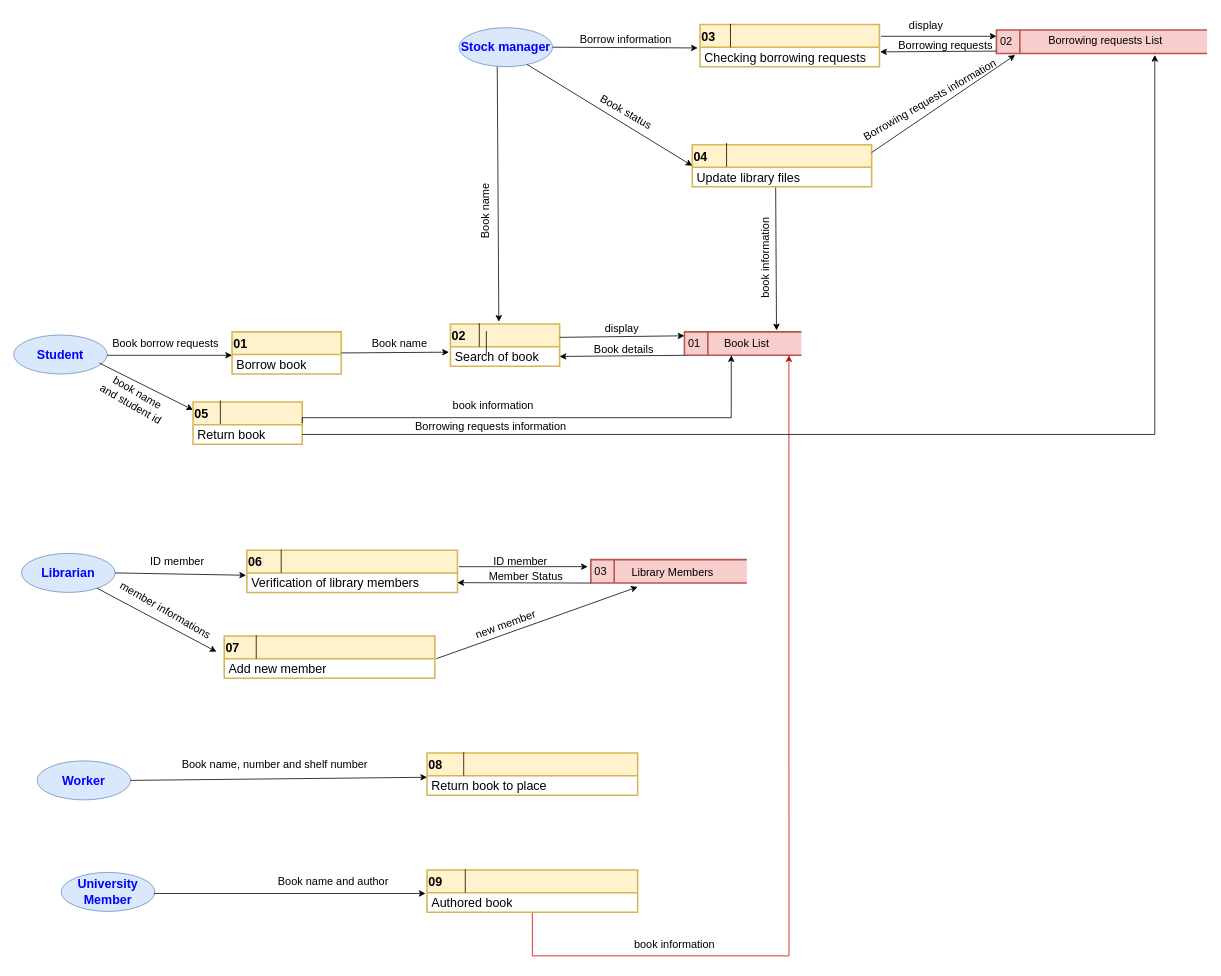
Before: L1.drawio in doaa517/Diagrams, a draw.io diagram. Source tidied: cells renumbered, new cells numbered last; positions are measured from the earlier drawing's top-left corner, leaving out a move shared by most shapes. Both pictures are drawn from the tidied source at 78%, with x=0, y=0 at pixel (13, 13).
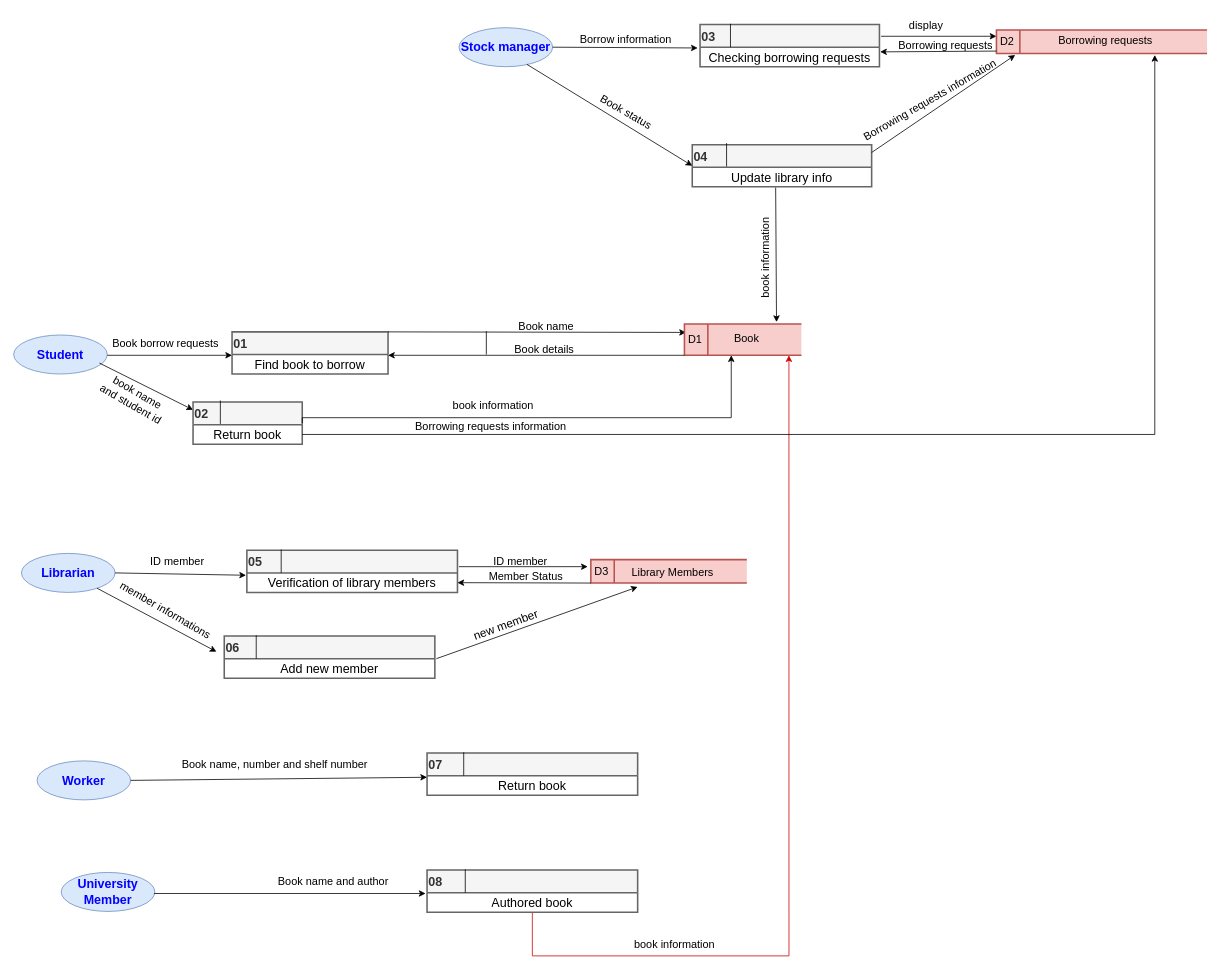
The same page after the edit.

The edit, as a diff of the source:
```diff
@@
-    <mxCell id="8" value="&lt;div align=&quot;left&quot;&gt;01&lt;/div&gt;" style="swimlane;fontStyle=1;align=left;verticalAlign=middle;horizontal=1;startSize=29;html=1;fontSize=16;strokeWidth=2;fillColor=#fff2cc;strokeColor=#d6b656;" parent="1" vertex="1">
-      <mxGeometry x="280" y="408" width="140" height="54" as="geometry" />
+    <mxCell id="8" value="&lt;div align=&quot;left&quot;&gt;01&lt;/div&gt;" style="swimlane;fontStyle=1;align=left;verticalAlign=middle;horizontal=1;startSize=29;html=1;fontSize=16;strokeWidth=2;fillColor=#f5f5f5;strokeColor=#666666;fontColor=#333333;" parent="1" vertex="1">
+      <mxGeometry x="280" y="408" width="200" height="54" as="geometry" />
     </mxCell>
-    <mxCell id="9" value="&lt;div&gt;&lt;font color=&quot;#000000&quot;&gt;Borrow book&lt;/font&gt;&lt;/div&gt;" style="text;html=1;strokeColor=none;fillColor=none;align=left;verticalAlign=middle;spacingLeft=4;spacingRight=4;overflow=hidden;fontSize=16;fontColor=#0000FF;" parent="8" vertex="1">
-      <mxGeometry y="29" width="140" height="25" as="geometry" />
+    <mxCell id="9" value="&lt;font color=&quot;#000000&quot;&gt;Find book to borrow&lt;/font&gt;" style="text;html=1;strokeColor=none;fillColor=none;align=center;verticalAlign=middle;spacingLeft=4;spacingRight=4;overflow=hidden;fontSize=16;fontColor=#0000FF;" parent="8" vertex="1">
+      <mxGeometry y="29" width="200" height="25" as="geometry" />
     </mxCell>
@@
-    <mxCell id="13" value="&lt;div align=&quot;left&quot;&gt;05&lt;/div&gt;" style="swimlane;fontStyle=1;align=left;verticalAlign=middle;horizontal=1;startSize=29;html=1;fontSize=16;strokeWidth=2;fillColor=#fff2cc;strokeColor=#d6b656;" parent="1" vertex="1">
+    <mxCell id="13" value="02" style="swimlane;fontStyle=1;align=left;verticalAlign=middle;horizontal=1;startSize=29;html=1;fontSize=16;strokeWidth=2;fillColor=#f5f5f5;strokeColor=#666666;fontColor=#333333;" parent="1" vertex="1">
       <mxGeometry x="230" y="498" width="140" height="54" as="geometry" />
     </mxCell>
-    <mxCell id="14" value="&lt;div&gt;&lt;font color=&quot;#000000&quot;&gt;Return book&lt;/font&gt;&lt;/div&gt;" style="text;html=1;strokeColor=none;fillColor=none;align=left;verticalAlign=middle;spacingLeft=4;spacingRight=4;overflow=hidden;points=[[0,0.5],[1,0.5]];portConstraint=eastwest;fontSize=16;fontColor=#0000FF;" parent="13" vertex="1">
+    <mxCell id="14" value="&lt;div align=&quot;center&quot;&gt;&lt;font color=&quot;#000000&quot;&gt;Return book&lt;/font&gt;&lt;/div&gt;" style="text;html=1;strokeColor=none;fillColor=none;align=center;verticalAlign=middle;spacingLeft=4;spacingRight=4;overflow=hidden;points=[[0,0.5],[1,0.5]];portConstraint=eastwest;fontSize=16;fontColor=#0000FF;" parent="13" vertex="1">
       <mxGeometry y="29" width="140" height="25" as="geometry" />
     </mxCell>
-    <mxCell id="15" value="&lt;div align=&quot;left&quot;&gt;02&lt;/div&gt;" style="swimlane;fontStyle=1;align=left;verticalAlign=middle;horizontal=1;startSize=29;html=1;fontSize=16;strokeWidth=2;fillColor=#fff2cc;strokeColor=#d6b656;" parent="1" vertex="1">
-      <mxGeometry x="560" y="398" width="140" height="54" as="geometry" />
-    </mxCell>
-    <mxCell id="16" value="&lt;div&gt;&lt;font color=&quot;#000000&quot;&gt;Search of book&lt;/font&gt;&lt;/div&gt;" style="text;html=1;strokeColor=none;fillColor=none;align=left;verticalAlign=middle;spacingLeft=4;spacingRight=4;overflow=hidden;points=[[0,0.5],[1,0.5]];portConstraint=eastwest;fontSize=16;fontColor=#0000FF;" parent="15" vertex="1">
-      <mxGeometry y="29" width="140" height="25" as="geometry" />
-    </mxCell>
-    <mxCell id="17" style="endArrow=classic;html=1;rounded=0;fontSize=14;fontColor=#000000;entryX=-0.014;entryY=0.28;entryDx=0;entryDy=0;exitX=1;exitY=0.5;exitDx=0;exitDy=0;entryPerimeter=0;" parent="1" edge="1" source="8" target="16">
+    <mxCell id="17" style="endArrow=classic;html=1;rounded=0;fontSize=14;fontColor=#000000;entryX=0.013;entryY=0.267;entryDx=0;entryDy=0;exitX=1;exitY=0;exitDx=0;exitDy=0;entryPerimeter=0;" parent="1" edge="1" source="8" target="22">
       <mxGeometry relative="1" as="geometry" />
     </mxCell>
     <mxCell id="18" value="Book name" style="text;html=1;strokeColor=none;fillColor=none;align=center;verticalAlign=middle;whiteSpace=wrap;rounded=0;strokeWidth=2;fontSize=14;fontColor=#000000;" parent="1" vertex="1">
-      <mxGeometry x="450" y="408" width="90" height="30" as="geometry" />
+      <mxGeometry x="638" y="386" width="90" height="30" as="geometry" />
     </mxCell>
-    <mxCell id="19" style="endArrow=classic;html=1;rounded=0;fontSize=14;fontColor=#000000;entryX=0.443;entryY=-0.056;entryDx=0;entryDy=0;entryPerimeter=0;" parent="1" edge="1" target="15">
-      <mxGeometry relative="1" as="geometry">
-        <mxPoint x="620" y="68" as="sourcePoint" />
-      </mxGeometry>
-    </mxCell>
-    <mxCell id="20" style="endArrow=classic;html=1;rounded=0;fontSize=14;fontColor=#000000;entryX=0;entryY=0.5;entryDx=0;entryDy=0;exitX=1;exitY=0.5;exitDx=0;exitDy=0;" parent="1" edge="1">
-      <mxGeometry relative="1" as="geometry">
-        <mxPoint x="700" y="415" as="sourcePoint" />
-        <mxPoint x="860" y="413" as="targetPoint" />
-      </mxGeometry>
-    </mxCell>
-    <mxCell id="21" value="Book name" style="text;html=1;strokeColor=none;fillColor=none;align=center;verticalAlign=middle;whiteSpace=wrap;rounded=0;strokeWidth=2;fontSize=14;fontColor=#000000;rotation=-90;" parent="1" vertex="1">
-      <mxGeometry x="560" y="238" width="90" height="30" as="geometry" />
-    </mxCell>
-    <mxCell id="22" value="01" style="html=1;dashed=0;whitespace=wrap;shape=mxgraph.dfd.dataStoreID;align=left;spacingLeft=3;points=[[0,0],[0.5,0],[1,0],[0,0.5],[1,0.5],[0,1],[0.5,1],[1,1]];strokeWidth=2;fontSize=14;fillColor=#f8cecc;strokeColor=#b85450;" parent="1" vertex="1">
-      <mxGeometry x="860" y="408" width="150" height="30" as="geometry" />
+    <mxCell id="22" value="D1" style="html=1;dashed=0;whitespace=wrap;shape=mxgraph.dfd.dataStoreID;align=left;spacingLeft=3;points=[[0,0],[0.5,0],[1,0],[0,0.5],[1,0.5],[0,1],[0.5,1],[1,1]];strokeWidth=2;fontSize=14;fillColor=#f8cecc;strokeColor=#b85450;" parent="1" vertex="1">
+      <mxGeometry x="860" y="398" width="150" height="40" as="geometry" />
     </mxCell>
-    <mxCell id="23" value="Book List" style="text;html=1;strokeColor=none;fillColor=none;align=center;verticalAlign=middle;whiteSpace=wrap;rounded=0;strokeWidth=2;fontSize=14;fontColor=#000000;" parent="1" vertex="1">
-      <mxGeometry x="910" y="408" width="60" height="30" as="geometry" />
+    <mxCell id="23" value="Book" style="text;html=1;strokeColor=none;fillColor=none;align=center;verticalAlign=middle;whiteSpace=wrap;rounded=0;strokeWidth=2;fontSize=14;fontColor=#000000;" parent="1" vertex="1">
+      <mxGeometry x="910" y="401" width="60" height="30" as="geometry" />
     </mxCell>
-    <mxCell id="24" value="display" style="text;html=1;strokeColor=none;fillColor=none;align=center;verticalAlign=middle;whiteSpace=wrap;rounded=0;strokeWidth=2;fontSize=14;fontColor=#000000;" parent="1" vertex="1">
-      <mxGeometry x="750" y="389" width="60" height="30" as="geometry" />
-    </mxCell>
@@
-    <mxCell id="26" value="&lt;div align=&quot;left&quot;&gt;03&lt;/div&gt;" style="swimlane;fontStyle=1;align=left;verticalAlign=middle;horizontal=1;startSize=29;html=1;fontSize=16;strokeWidth=2;fillColor=#fff2cc;strokeColor=#d6b656;" parent="1" vertex="1">
+    <mxCell id="26" value="&lt;div align=&quot;left&quot;&gt;03&lt;/div&gt;" style="swimlane;fontStyle=1;align=left;verticalAlign=middle;horizontal=1;startSize=29;html=1;fontSize=16;strokeWidth=2;fillColor=#f5f5f5;strokeColor=#666666;fontColor=#333333;" parent="1" vertex="1">
       <mxGeometry x="880" y="14" width="230" height="54" as="geometry" />
     </mxCell>
-    <mxCell id="27" value="&lt;font color=&quot;#000000&quot;&gt;Checking borrowing requests&lt;/font&gt;" style="text;html=1;strokeColor=none;fillColor=none;align=left;verticalAlign=middle;spacingLeft=4;spacingRight=4;overflow=hidden;points=[[0,0.5],[1,0.5]];portConstraint=eastwest;fontSize=16;fontColor=#0000FF;" parent="26" vertex="1">
+    <mxCell id="27" value="&lt;font color=&quot;#000000&quot;&gt;Checking borrowing requests&lt;/font&gt;" style="text;html=1;strokeColor=none;fillColor=none;align=center;verticalAlign=middle;spacingLeft=4;spacingRight=4;overflow=hidden;points=[[0,0.5],[1,0.5]];portConstraint=eastwest;fontSize=16;fontColor=#0000FF;" parent="26" vertex="1">
       <mxGeometry y="29" width="230" height="25" as="geometry" />
     </mxCell>
@@
-    <mxCell id="33" value="02" style="html=1;dashed=0;whitespace=wrap;shape=mxgraph.dfd.dataStoreID;align=left;spacingLeft=3;points=[[0,0],[0.5,0],[1,0],[0,0.5],[1,0.5],[0,1],[0.5,1],[1,1]];strokeWidth=2;fontSize=14;fillColor=#f8cecc;strokeColor=#b85450;" parent="1" vertex="1">
+    <mxCell id="33" value="D2" style="html=1;dashed=0;whitespace=wrap;shape=mxgraph.dfd.dataStoreID;align=left;spacingLeft=3;points=[[0,0],[0.5,0],[1,0],[0,0.5],[1,0.5],[0,1],[0.5,1],[1,1]];strokeWidth=2;fontSize=14;fillColor=#f8cecc;strokeColor=#b85450;" parent="1" vertex="1">
       <mxGeometry x="1260" y="21" width="270" height="30" as="geometry" />
     </mxCell>
-    <mxCell id="34" value="&lt;font color=&quot;#000000&quot;&gt;Borrowing requests &lt;/font&gt;List" style="text;html=1;strokeColor=none;fillColor=none;align=center;verticalAlign=middle;whiteSpace=wrap;rounded=0;strokeWidth=2;fontSize=14;fontColor=#000000;" parent="1" vertex="1">
+    <mxCell id="34" value="&lt;font color=&quot;#000000&quot;&gt;Borrowing requests&lt;/font&gt;" style="text;html=1;strokeColor=none;fillColor=none;align=center;verticalAlign=middle;whiteSpace=wrap;rounded=0;strokeWidth=2;fontSize=14;fontColor=#000000;" parent="1" vertex="1">
       <mxGeometry x="1310" y="20" width="180" height="30" as="geometry" />
     </mxCell>
-    <mxCell id="35" value="&lt;div align=&quot;left&quot;&gt;04&lt;/div&gt;" style="swimlane;fontStyle=1;align=left;verticalAlign=middle;horizontal=1;startSize=29;html=1;fontSize=16;strokeWidth=2;fillColor=#fff2cc;strokeColor=#d6b656;" parent="1" vertex="1">
+    <mxCell id="35" value="&lt;div align=&quot;left&quot;&gt;04&lt;/div&gt;" style="swimlane;fontStyle=1;align=left;verticalAlign=middle;horizontal=1;startSize=29;html=1;fontSize=16;strokeWidth=2;fillColor=#f5f5f5;strokeColor=#666666;fontColor=#333333;" parent="1" vertex="1">
       <mxGeometry x="870" y="168" width="230" height="54" as="geometry" />
     </mxCell>
-    <mxCell id="36" value="&lt;font color=&quot;#000000&quot;&gt;Update library files&lt;/font&gt;" style="text;html=1;strokeColor=none;fillColor=none;align=left;verticalAlign=middle;spacingLeft=4;spacingRight=4;overflow=hidden;points=[[0,0.5],[1,0.5]];portConstraint=eastwest;fontSize=16;fontColor=#0000FF;" parent="35" vertex="1">
+    <mxCell id="36" value="&lt;font color=&quot;#000000&quot;&gt;Update library info&lt;/font&gt;" style="text;html=1;strokeColor=none;fillColor=none;align=center;verticalAlign=middle;spacingLeft=4;spacingRight=4;overflow=hidden;points=[[0,0.5],[1,0.5]];portConstraint=eastwest;fontSize=16;fontColor=#0000FF;" parent="35" vertex="1">
       <mxGeometry y="29" width="230" height="25" as="geometry" />
     </mxCell>
@@
-    <mxCell id="45" style="endArrow=classic;html=1;rounded=0;fontSize=14;fontColor=#000000;exitX=0;exitY=1;exitDx=0;exitDy=0;entryX=1;entryY=0.5;entryDx=0;entryDy=0;" parent="1" edge="1" source="22" target="16">
-      <mxGeometry relative="1" as="geometry" />
+    <mxCell id="45" style="endArrow=classic;html=1;rounded=0;fontSize=14;fontColor=#000000;exitX=0;exitY=1;exitDx=0;exitDy=0;" parent="1" edge="1" source="22">
+      <mxGeometry relative="1" as="geometry">
+        <mxPoint x="480" y="438" as="targetPoint" />
+      </mxGeometry>
     </mxCell>
     <mxCell id="46" value="Book details" style="text;html=1;strokeColor=none;fillColor=none;align=center;verticalAlign=middle;whiteSpace=wrap;rounded=0;strokeWidth=2;fontSize=14;fontColor=#000000;" parent="1" vertex="1">
-      <mxGeometry x="740" y="416" width="85" height="30" as="geometry" />
+      <mxGeometry x="638" y="416" width="85" height="30" as="geometry" />
     </mxCell>
-    <mxCell id="47" style="endArrow=classic;html=1;rounded=0;fontSize=14;fontColor=#000000;entryX=0.167;entryY=1;entryDx=0;entryDy=0;entryPerimeter=0;exitX=1;exitY=0.5;exitDx=0;exitDy=0;edgeStyle=orthogonalEdgeStyle;" parent="1" edge="1" source="13" target="23">
+    <mxCell id="47" style="endArrow=classic;html=1;rounded=0;fontSize=14;fontColor=#000000;exitX=1;exitY=0.5;exitDx=0;exitDy=0;edgeStyle=orthogonalEdgeStyle;" parent="1" edge="1" source="13">
       <mxGeometry relative="1" as="geometry">
+        <mxPoint x="920" y="438" as="targetPoint" />
         <Array as="points">
           <mxPoint x="370" y="518" />
           <mxPoint x="920" y="518" />
         </Array>
       </mxGeometry>
     </mxCell>
@@
-    <mxCell id="51" value="&lt;div align=&quot;left&quot;&gt;06&lt;/div&gt;" style="swimlane;fontStyle=1;align=left;verticalAlign=middle;horizontal=1;startSize=29;html=1;fontSize=16;strokeWidth=2;fillColor=#fff2cc;strokeColor=#d6b656;" parent="1" vertex="1">
+    <mxCell id="51" value="05" style="swimlane;fontStyle=1;align=left;verticalAlign=middle;horizontal=1;startSize=29;html=1;fontSize=16;strokeWidth=2;fillColor=#f5f5f5;strokeColor=#666666;fontColor=#333333;" parent="1" vertex="1">
       <mxGeometry x="299" y="688" width="270" height="54" as="geometry" />
     </mxCell>
-    <mxCell id="52" value="&lt;font color=&quot;#000000&quot;&gt;Verification of library members&lt;/font&gt;" style="text;html=1;strokeColor=none;fillColor=none;align=left;verticalAlign=middle;spacingLeft=4;spacingRight=4;overflow=hidden;points=[[0,0.5],[1,0.5]];portConstraint=eastwest;fontSize=16;fontColor=#0000FF;" parent="51" vertex="1">
+    <mxCell id="52" value="&lt;font color=&quot;#000000&quot;&gt;Verification of library members&lt;/font&gt;" style="text;html=1;strokeColor=none;fillColor=none;align=center;verticalAlign=middle;spacingLeft=4;spacingRight=4;overflow=hidden;points=[[0,0.5],[1,0.5]];portConstraint=eastwest;fontSize=16;fontColor=#0000FF;" parent="51" vertex="1">
       <mxGeometry y="29" width="270" height="25" as="geometry" />
     </mxCell>
@@
-    <mxCell id="55" value="03" style="html=1;dashed=0;whitespace=wrap;shape=mxgraph.dfd.dataStoreID;align=left;spacingLeft=3;points=[[0,0],[0.5,0],[1,0],[0,0.5],[1,0.5],[0,1],[0.5,1],[1,1]];strokeWidth=2;fontSize=14;fillColor=#f8cecc;strokeColor=#b85450;" parent="1" vertex="1">
+    <mxCell id="55" value="&lt;div align=&quot;left&quot;&gt;D3&lt;/div&gt;" style="html=1;dashed=0;whitespace=wrap;shape=mxgraph.dfd.dataStoreID;align=left;spacingLeft=3;points=[[0,0],[0.5,0],[1,0],[0,0.5],[1,0.5],[0,1],[0.5,1],[1,1]];strokeWidth=2;fontSize=14;fillColor=#f8cecc;strokeColor=#b85450;" parent="1" vertex="1">
       <mxGeometry x="740" y="700" width="200" height="30" as="geometry" />
     </mxCell>
@@
-    <mxCell id="63" value="&lt;div align=&quot;left&quot;&gt;07&lt;/div&gt;" style="swimlane;fontStyle=1;align=left;verticalAlign=middle;horizontal=1;startSize=29;html=1;fontSize=16;strokeWidth=2;fillColor=#fff2cc;strokeColor=#d6b656;" parent="1" vertex="1">
+    <mxCell id="63" value="06" style="swimlane;fontStyle=1;align=left;verticalAlign=middle;horizontal=1;startSize=29;html=1;fontSize=16;strokeWidth=2;fillColor=#f5f5f5;strokeColor=#666666;fontColor=#333333;" parent="1" vertex="1">
       <mxGeometry x="270" y="798" width="270" height="54" as="geometry" />
     </mxCell>
-    <mxCell id="64" value="&lt;font color=&quot;#000000&quot;&gt;Add new member&lt;/font&gt;" style="text;html=1;strokeColor=none;fillColor=none;align=left;verticalAlign=middle;spacingLeft=4;spacingRight=4;overflow=hidden;points=[[0,0.5],[1,0.5]];portConstraint=eastwest;fontSize=16;fontColor=#0000FF;" parent="63" vertex="1">
+    <mxCell id="64" value="&lt;font color=&quot;#000000&quot;&gt;Add new member&lt;/font&gt;" style="text;html=1;strokeColor=none;fillColor=none;align=center;verticalAlign=middle;spacingLeft=4;spacingRight=4;overflow=hidden;points=[[0,0.5],[1,0.5]];portConstraint=eastwest;fontSize=16;fontColor=#0000FF;" parent="63" vertex="1">
       <mxGeometry y="29" width="270" height="25" as="geometry" />
     </mxCell>
@@
-    <mxCell id="66" value="&lt;font color=&quot;#000000&quot;&gt;new member&lt;/font&gt;" style="text;html=1;strokeColor=none;fillColor=none;align=center;verticalAlign=middle;whiteSpace=wrap;rounded=0;strokeWidth=2;fontSize=14;fontColor=#000000;rotation=-20;" parent="1" vertex="1">
+    <mxCell id="66" value="&lt;font style=&quot;font-size: 15px;&quot; color=&quot;#000000&quot;&gt;new member&lt;/font&gt;" style="text;html=1;strokeColor=none;fillColor=none;align=center;verticalAlign=middle;whiteSpace=wrap;rounded=0;strokeWidth=2;fontSize=14;fontColor=#000000;rotation=-20;" parent="1" vertex="1">
       <mxGeometry x="534" y="768" width="194" height="30" as="geometry" />
     </mxCell>
-    <mxCell id="67" value="&lt;div align=&quot;left&quot;&gt;08&lt;/div&gt;" style="swimlane;fontStyle=1;align=left;verticalAlign=middle;horizontal=1;startSize=29;html=1;fontSize=16;strokeWidth=2;fillColor=#fff2cc;strokeColor=#d6b656;" parent="1" vertex="1">
+    <mxCell id="67" value="07" style="swimlane;fontStyle=1;align=left;verticalAlign=middle;horizontal=1;startSize=29;html=1;fontSize=16;strokeWidth=2;fillColor=#f5f5f5;strokeColor=#666666;fontColor=#333333;" parent="1" vertex="1">
       <mxGeometry x="530" y="948" width="270" height="54" as="geometry" />
     </mxCell>
-    <mxCell id="68" value="&lt;font color=&quot;#000000&quot;&gt;Return book to place&lt;/font&gt;" style="text;html=1;strokeColor=none;fillColor=none;align=left;verticalAlign=middle;spacingLeft=4;spacingRight=4;overflow=hidden;points=[[0,0.5],[1,0.5]];portConstraint=eastwest;fontSize=16;fontColor=#0000FF;" parent="67" vertex="1">
+    <mxCell id="68" value="&lt;font color=&quot;#000000&quot;&gt;Return book&lt;br&gt;&lt;/font&gt;" style="text;html=1;strokeColor=none;fillColor=none;align=center;verticalAlign=middle;spacingLeft=4;spacingRight=4;overflow=hidden;points=[[0,0.5],[1,0.5]];portConstraint=eastwest;fontSize=16;fontColor=#0000FF;" parent="67" vertex="1">
       <mxGeometry y="29" width="270" height="25" as="geometry" />
     </mxCell>
@@
-    <mxCell id="71" value="&lt;div align=&quot;left&quot;&gt;09&lt;/div&gt;" style="swimlane;fontStyle=1;align=left;verticalAlign=middle;horizontal=1;startSize=29;html=1;fontSize=16;strokeWidth=2;fillColor=#fff2cc;strokeColor=#d6b656;" parent="1" vertex="1">
+    <mxCell id="71" value="&lt;div align=&quot;left&quot;&gt;08&lt;/div&gt;" style="swimlane;fontStyle=1;align=left;verticalAlign=middle;horizontal=1;startSize=29;html=1;fontSize=16;strokeWidth=2;fillColor=#f5f5f5;strokeColor=#666666;fontColor=#333333;" parent="1" vertex="1">
       <mxGeometry x="530" y="1098" width="270" height="54" as="geometry" />
     </mxCell>
-    <mxCell id="72" value="&lt;font color=&quot;#000000&quot;&gt;Authored book&lt;/font&gt;" style="text;html=1;strokeColor=none;fillColor=none;align=left;verticalAlign=middle;spacingLeft=4;spacingRight=4;overflow=hidden;points=[[0,0.5],[1,0.5]];portConstraint=eastwest;fontSize=16;fontColor=#0000FF;" parent="71" vertex="1">
+    <mxCell id="72" value="&lt;font color=&quot;#000000&quot;&gt;Authored book&lt;/font&gt;" style="text;html=1;strokeColor=none;fillColor=none;align=center;verticalAlign=middle;spacingLeft=4;spacingRight=4;overflow=hidden;points=[[0,0.5],[1,0.5]];portConstraint=eastwest;fontSize=16;fontColor=#0000FF;" parent="71" vertex="1">
       <mxGeometry y="29" width="270" height="25" as="geometry" />
     </mxCell>
@@
-    <mxCell id="82" style="endArrow=none;html=1;rounded=0;" parent="1" edge="1">
-      <mxGeometry relative="1" as="geometry">
-        <mxPoint x="597" y="427" as="sourcePoint" />
-        <mxPoint x="597" y="397" as="targetPoint" />
-      </mxGeometry>
-    </mxCell>
```
